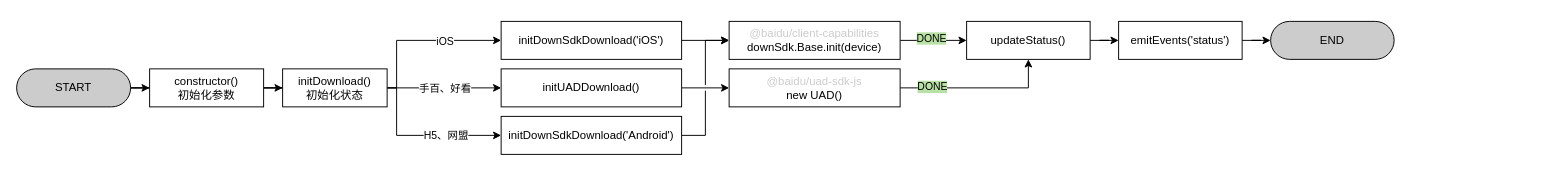
The draw.io diagram 未命名绘图.drawio in qqqqqcy/processon, before the edit. Source tidied: cells renumbered, new cells numbered last; positions are measured from the earlier drawing's top-left corner, leaving out a move shared by most shapes. Both pictures are drawn from the tidied source at 95%, with x=0, y=0 at pixel (16, 21).
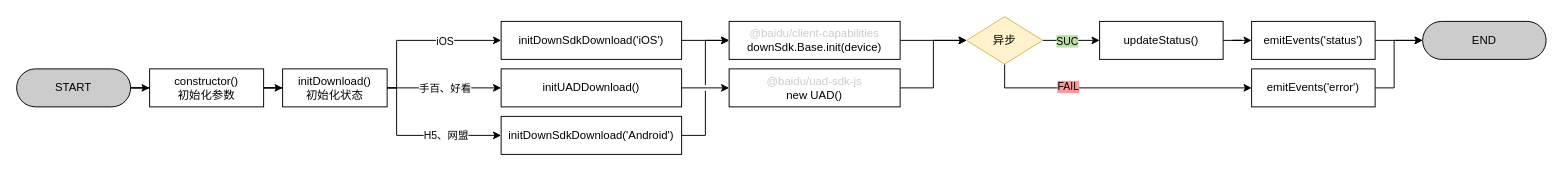
The same diagram, later.

The change refers to these unchanged cells:
```xml
<mxCell id="21" value="&lt;font color=&quot;#cccccc&quot;&gt;@baidu/client-capabilities&lt;br&gt;&lt;/font&gt;downSdk.Base.init(device)" style="whiteSpace=wrap;html=1;rounded=1;arcSize=0;" parent="1" vertex="1">
  <mxGeometry x="750" width="180" height="40" as="geometry" />
</mxCell>
<mxCell id="28" value="&lt;font color=&quot;#cccccc&quot;&gt;@baidu/uad-sdk-js&lt;br&gt;&lt;/font&gt;new UAD()" style="rounded=1;whiteSpace=wrap;html=1;arcSize=0;" parent="1" vertex="1">
  <mxGeometry x="750" y="50" width="180" height="40" as="geometry" />
</mxCell>
```

Change to the diagram source:
```diff
@@
-    <mxCell id="19" style="edgeStyle=orthogonalEdgeStyle;rounded=0;jettySize=auto;html=1;" parent="1" edge="1" source="21" target="23">
-      <mxGeometry relative="1" as="geometry" />
-    </mxCell>
-    <mxCell id="20" value="DONE" style="edgeLabel;html=1;align=center;verticalAlign=middle;labelBackgroundColor=#B9E0A5;labelBorderColor=none;" parent="19" vertex="1">
-      <mxGeometry x="-0.1" y="3" relative="1" as="geometry" />
-    </mxCell>
+    <mxCell id="30" style="edgeStyle=orthogonalEdgeStyle;rounded=0;jumpStyle=gap;jettySize=auto;html=1;fontColor=#000000;" parent="1" edge="1" source="21" target="36">
+      <mxGeometry relative="1" as="geometry" />
+    </mxCell>
@@
     <mxCell id="23" value="updateStatus()" style="whiteSpace=wrap;html=1;rounded=1;arcSize=0;" parent="1" vertex="1">
-      <mxGeometry x="1000" width="130" height="40" as="geometry" />
+      <mxGeometry x="1140" width="130" height="40" as="geometry" />
     </mxCell>
@@
     <mxCell id="25" value="emitEvents('status')" style="whiteSpace=wrap;html=1;rounded=1;arcSize=0;" parent="1" vertex="1">
-      <mxGeometry x="1160" width="130" height="40" as="geometry" />
+      <mxGeometry x="1300" width="130" height="40" as="geometry" />
     </mxCell>
-    <mxCell id="26" style="edgeStyle=orthogonalEdgeStyle;rounded=0;jettySize=auto;html=1;fontColor=#000000;" parent="1" edge="1" source="28" target="23">
-      <mxGeometry relative="1" as="geometry" />
-    </mxCell>
-    <mxCell id="27" value="DONE&lt;br&gt;" style="edgeLabel;html=1;align=center;verticalAlign=middle;fontColor=#000000;labelBackgroundColor=#B9E0A5;" parent="26" vertex="1">
-      <mxGeometry x="-0.14" y="2" relative="1" as="geometry">
-        <mxPoint x="-38" as="offset" />
-      </mxGeometry>
-    </mxCell>
+    <mxCell id="31" style="edgeStyle=orthogonalEdgeStyle;rounded=0;jumpStyle=gap;jettySize=auto;html=1;fontColor=#000000;entryX=0;entryY=0.5;entryDx=0;entryDy=0;" parent="1" edge="1" source="28" target="36">
+      <mxGeometry relative="1" as="geometry" />
+    </mxCell>
@@
     <mxCell id="29" value="END" style="whiteSpace=wrap;html=1;rounded=1;arcSize=50;fillColor=#CCCCCC;" parent="1" vertex="1">
-      <mxGeometry x="1320" width="130" height="40" as="geometry" />
+      <mxGeometry x="1480" width="130" height="40" as="geometry" />
     </mxCell>
+    <mxCell id="32" style="edgeStyle=orthogonalEdgeStyle;rounded=0;jumpStyle=gap;jettySize=auto;html=1;fontColor=#000000;" parent="1" edge="1" source="36" target="23">
+      <mxGeometry relative="1" as="geometry" />
+    </mxCell>
+    <mxCell id="33" value="SUC" style="edgeLabel;html=1;align=center;verticalAlign=middle;fontColor=#000000;labelBackgroundColor=#B9E0A5;" parent="32" vertex="1">
+      <mxGeometry x="-0.33" y="-2" relative="1" as="geometry">
+        <mxPoint x="5" y="-2" as="offset" />
+      </mxGeometry>
+    </mxCell>
+    <mxCell id="34" style="edgeStyle=orthogonalEdgeStyle;rounded=0;jumpStyle=gap;jettySize=auto;html=1;entryX=0;entryY=0.5;entryDx=0;entryDy=0;fontColor=#000000;exitX=0.5;exitY=1;exitDx=0;exitDy=0;" parent="1" edge="1" source="36" target="38">
+      <mxGeometry relative="1" as="geometry" />
+    </mxCell>
+    <mxCell id="35" value="FAIL" style="edgeLabel;html=1;align=center;verticalAlign=middle;fontColor=#000000;labelBackgroundColor=#FF9999;" parent="34" vertex="1">
+      <mxGeometry x="-0.27" y="-3" relative="1" as="geometry">
+        <mxPoint x="-13" y="-5" as="offset" />
+      </mxGeometry>
+    </mxCell>
+    <mxCell id="36" value="异步" style="rhombus;whiteSpace=wrap;html=1;labelBackgroundColor=none;fillColor=#fff2cc;strokeColor=#d6b656;" parent="1" vertex="1">
+      <mxGeometry x="1000" y="-5" width="80" height="50" as="geometry" />
+    </mxCell>
+    <mxCell id="37" style="edgeStyle=orthogonalEdgeStyle;rounded=0;jumpStyle=gap;jettySize=auto;html=1;fontColor=#000000;entryX=0;entryY=0.5;entryDx=0;entryDy=0;" parent="1" edge="1" source="38" target="29">
+      <mxGeometry relative="1" as="geometry">
+        <Array as="points">
+          <mxPoint x="1450" y="70" />
+          <mxPoint x="1450" y="20" />
+        </Array>
+      </mxGeometry>
+    </mxCell>
+    <mxCell id="38" value="emitEvents('error')" style="whiteSpace=wrap;html=1;rounded=1;arcSize=0;" parent="1" vertex="1">
+      <mxGeometry x="1300" y="50" width="130" height="40" as="geometry" />
+    </mxCell>
```
